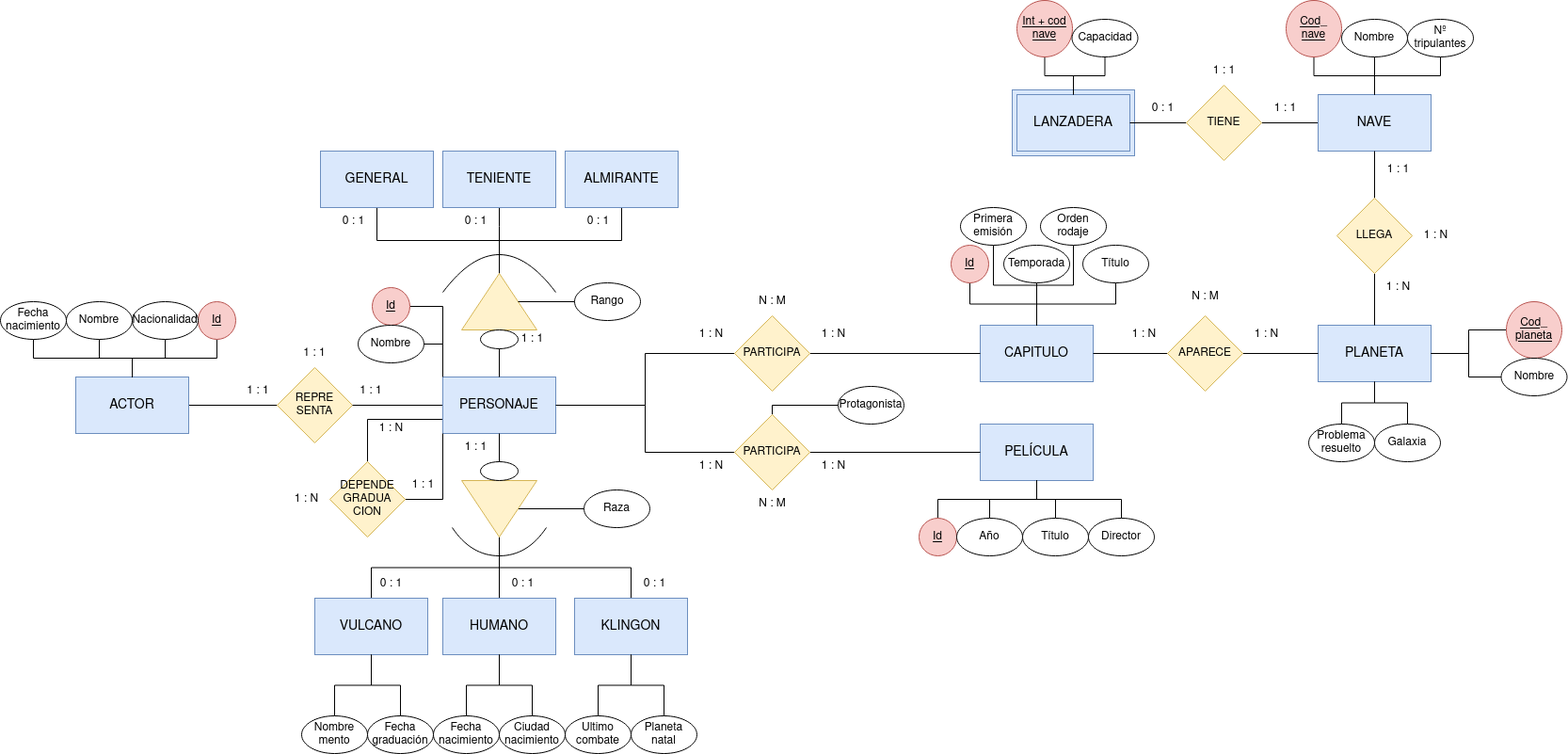
This is Unidad-2/Tareas-entregables/Entregable-3/images/Tarea-entregable-3.png from IsaiasTolP/Base-Datos, a draw.io export, as it was before one commit. Source tidied: cells renumbered, new cells last; positions are measured from the earlier drawing's top-left corner, leaving out a move shared by most shapes.
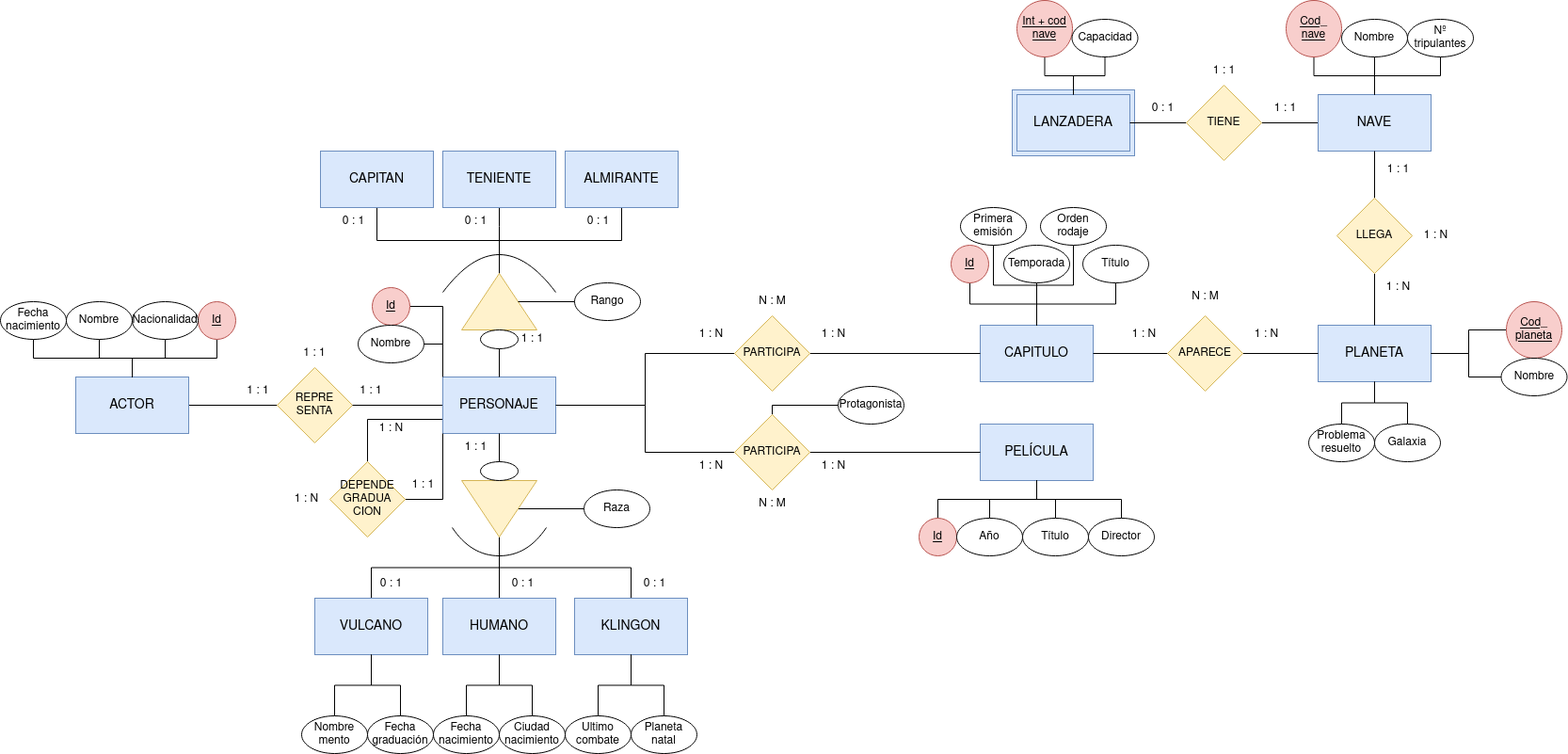
The same file after the commit.

Commit message:
Ternminar (corrige nombre entidad) Tarea-entregable-3.png

Change to the diagram source:
```diff
@@ -150,7 +150,7 @@
     <mxCell id="44" value="TENIENTE" style="rounded=0;whiteSpace=wrap;html=1;fontSize=14;fillColor=#dae8fc;strokeColor=#6c8ebf;" parent="1" vertex="1">
       <mxGeometry x="470" y="160" width="120" height="60" as="geometry" />
     </mxCell>
-    <mxCell id="45" value="GENERAL" style="rounded=0;whiteSpace=wrap;html=1;fontSize=14;fillColor=#dae8fc;strokeColor=#6c8ebf;" parent="1" vertex="1">
+    <mxCell id="45" value="CAPITAN" style="rounded=0;whiteSpace=wrap;html=1;fontSize=14;fillColor=#dae8fc;strokeColor=#6c8ebf;" parent="1" vertex="1">
       <mxGeometry x="340" y="160" width="120" height="60" as="geometry" />
     </mxCell>
     <mxCell id="46" value="1 : 1" style="text;html=1;align=center;verticalAlign=middle;strokeColor=none;fillColor=none;" parent="1" vertex="1">
```
